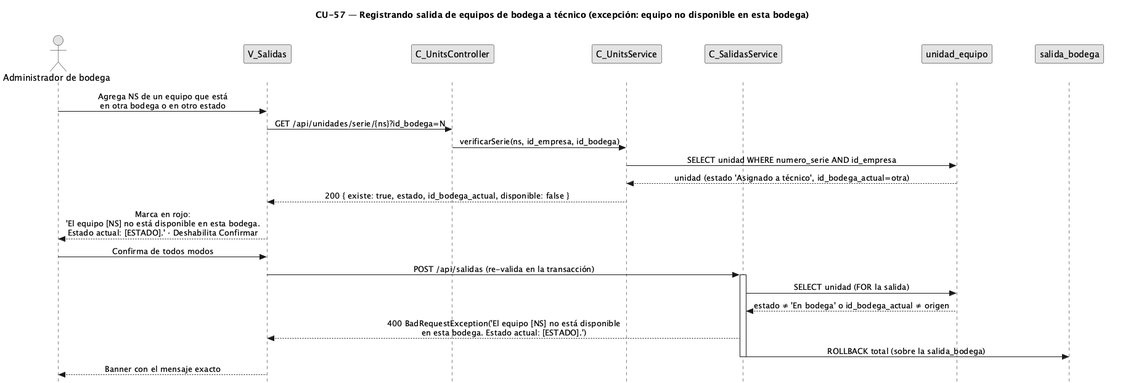
The PlantUML diagram diagramas/diagramas-secuencia/CU57/CU57-exc-equipo-no-disponible.png in FSM-Finet-y-Cable-Magico/Team_1-Inventario-y-Bodega, before a commit.
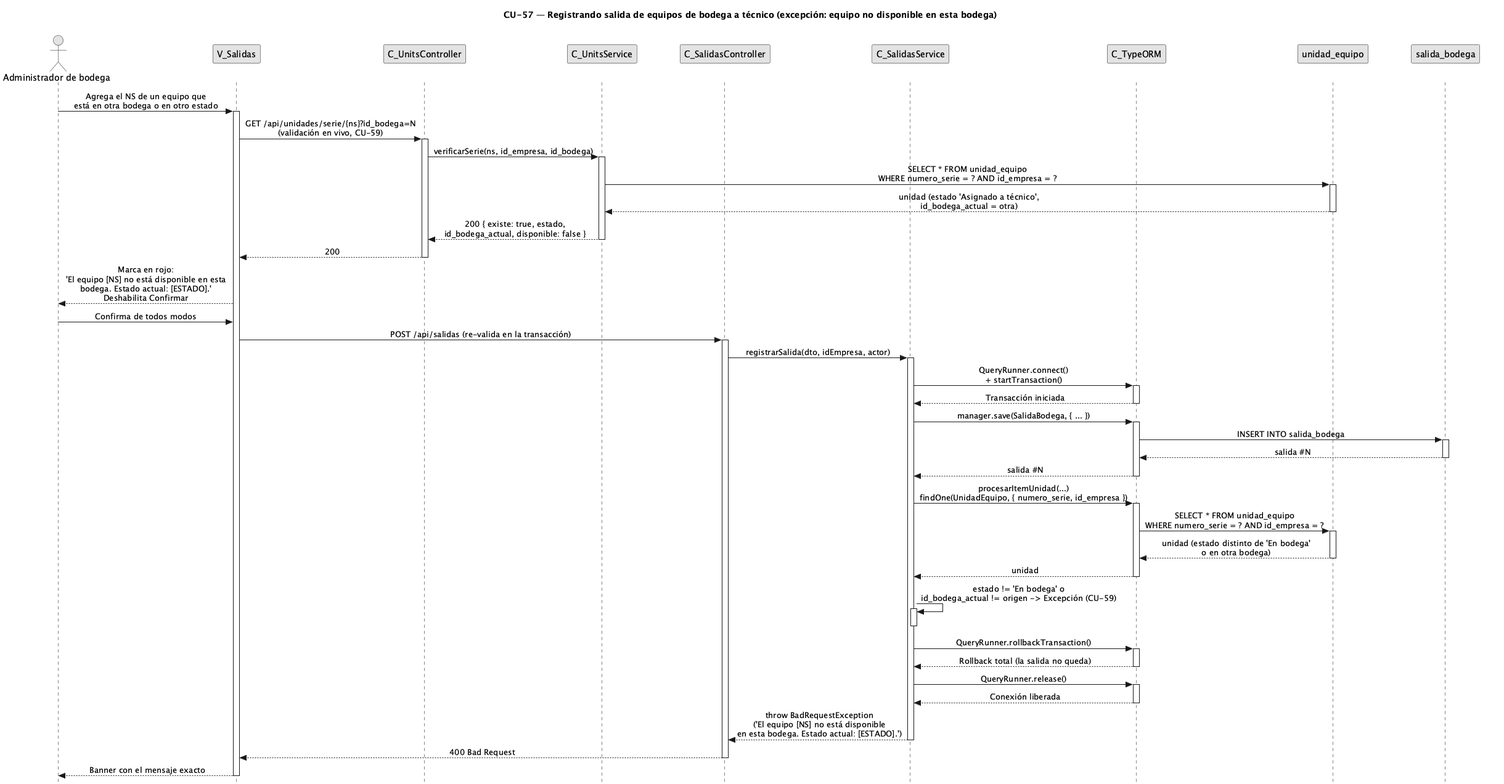
Above is the later version.

Change to the diagram source:
```diff
@@ -24,26 +24,85 @@
 participant "V_Salidas" as view
 participant "C_UnitsController" as uctrl
 participant "C_UnitsService" as usvc
+participant "C_SalidasController" as ctrl
 participant "C_SalidasService" as svc
+participant "C_TypeORM" as orm
 participant "unidad_equipo" as uent
 participant "salida_bodega" as sald
 
-user -> view : Agrega NS de un equipo que está\nen otra bodega o en otro estado
-view -> uctrl : GET /api/unidades/serie/{ns}?id_bodega=N
+user -> view : Agrega el NS de un equipo que\nestá en otra bodega o en otro estado
+activate view
+
+view -> uctrl : GET /api/unidades/serie/{ns}?id_bodega=N\n(validación en vivo, CU-59)
+activate uctrl
+
 uctrl -> usvc : verificarSerie(ns, id_empresa, id_bodega)
-usvc -> uent : SELECT unidad WHERE numero_serie AND id_empresa
-uent --> usvc : unidad (estado 'Asignado a técnico', id_bodega_actual=otra)
-usvc --> view : 200 { existe: true, estado, id_bodega_actual, disponible: false }
-view --> user : Marca en rojo:\n'El equipo [NS] no está disponible en esta bodega.\nEstado actual: [ESTADO].' · Deshabilita Confirmar
+activate usvc
+
+usvc -> uent : SELECT * FROM unidad_equipo\nWHERE numero_serie = ? AND id_empresa = ?
+activate uent
+uent --> usvc : unidad (estado 'Asignado a técnico',\nid_bodega_actual = otra)
+deactivate uent
+
+usvc --> uctrl : 200 { existe: true, estado,\nid_bodega_actual, disponible: false }
+deactivate usvc
+
+uctrl --> view : 200
+deactivate uctrl
+
+view --> user : Marca en rojo:\n'El equipo [NS] no está disponible en esta\nbodega. Estado actual: [ESTADO].'\nDeshabilita Confirmar
 
 user -> view : Confirma de todos modos
-view -> svc : POST /api/salidas (re-valida en la transacción)
+
+view -> ctrl : POST /api/salidas (re-valida en la transacción)
+activate ctrl
+
+ctrl -> svc : registrarSalida(dto, idEmpresa, actor)
 activate svc
-svc -> uent : SELECT unidad (FOR la salida)
-uent --> svc : estado ≠ 'En bodega' o id_bodega_actual ≠ origen
-svc --> view : 400 BadRequestException('El equipo [NS] no está disponible\nen esta bodega. Estado actual: [ESTADO].')
-svc -> sald :ROLLBACK total (sobre la salida_bodega)
+
+svc -> orm : QueryRunner.connect()\n+ startTransaction()
+activate orm
+orm --> svc : Transacción iniciada
+deactivate orm
+
+svc -> orm : manager.save(SalidaBodega, { ... })
+activate orm
+orm -> sald : INSERT INTO salida_bodega
+activate sald
+sald --> orm : salida #N
+deactivate sald
+orm --> svc : salida #N
+deactivate orm
+
+svc -> orm : procesarItemUnidad(...)\nfindOne(UnidadEquipo, { numero_serie, id_empresa })
+activate orm
+orm -> uent : SELECT * FROM unidad_equipo\nWHERE numero_serie = ? AND id_empresa = ?
+activate uent
+uent --> orm : unidad (estado distinto de 'En bodega'\no en otra bodega)
+deactivate uent
+orm --> svc : unidad
+deactivate orm
+
+svc -> svc : estado != 'En bodega' o\nid_bodega_actual != origen -> Excepción (CU-59)
+activate svc
 deactivate svc
+
+svc -> orm : QueryRunner.rollbackTransaction()
+activate orm
+orm --> svc : Rollback total (la salida no queda)
+deactivate orm
+
+svc -> orm : QueryRunner.release()
+activate orm
+orm --> svc : Conexión liberada
+deactivate orm
+
+svc --> ctrl : throw BadRequestException\n('El equipo [NS] no está disponible\nen esta bodega. Estado actual: [ESTADO].')
+deactivate svc
+
+ctrl --> view : 400 Bad Request
+deactivate ctrl
+
 view --> user : Banner con el mensaje exacto
 deactivate view
 @enduml
```
